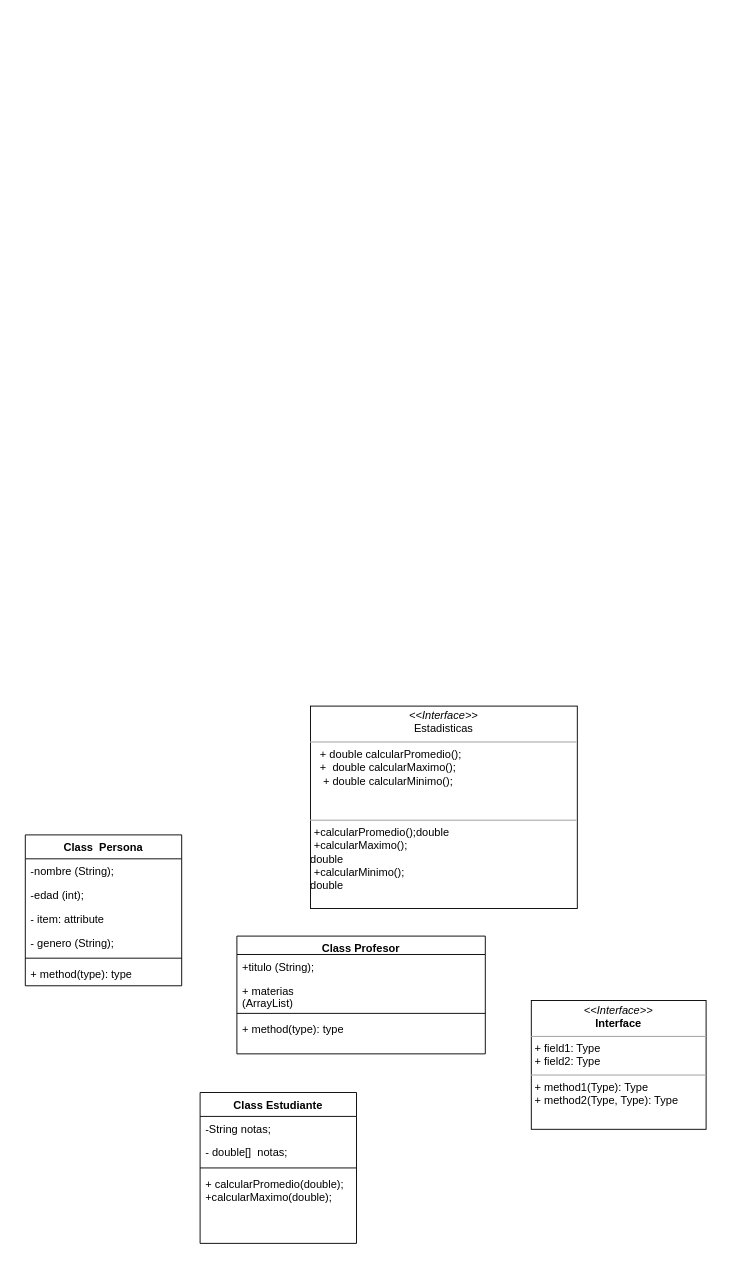
This is Diagrama sin título.drawio from Mariayey12/EjercicioPOOInterfaces, a draw.io file, before an edit. Source tidied: cells renumbered, new cells numbered last; positions are measured from the earlier drawing's top-left corner, leaving out a move shared by most shapes. Both pictures are drawn from the tidied source at 92%, with x=0, y=0 at pixel (25, 706).
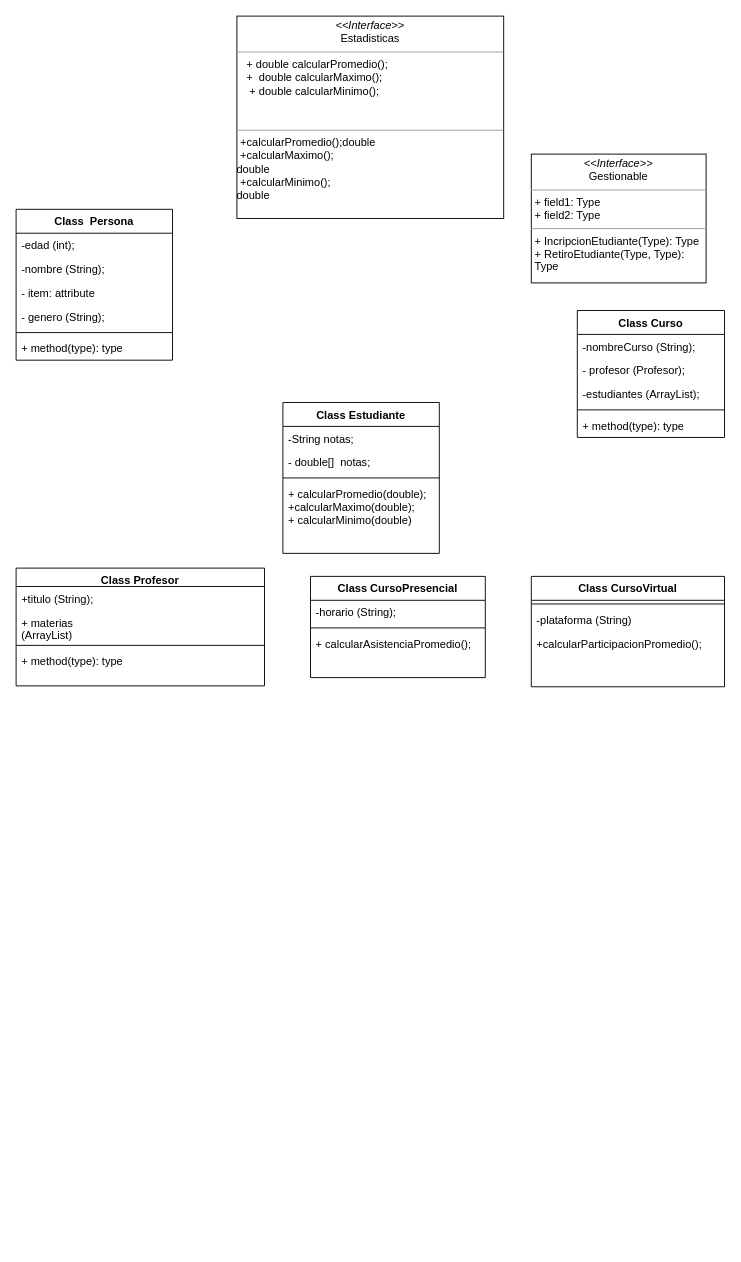
Above is the later version.

Diff of the diagram source:
```diff
@@
     <mxCell id="2" value="&lt;p style=&quot;margin:0px;margin-top:4px;text-align:center;&quot;&gt;&lt;i&gt;&amp;lt;&amp;lt;Interface&amp;gt;&amp;gt;&lt;/i&gt;&lt;br&gt;Estadisticas&lt;br&gt;&lt;/p&gt;&lt;hr size=&quot;1&quot;&gt;&lt;p style=&quot;margin:0px;margin-left:4px;&quot;&gt;&amp;nbsp; + double calcularPromedio();&lt;/p&gt;&lt;p style=&quot;margin:0px;margin-left:4px;&quot;&gt;&amp;nbsp; +&amp;nbsp; double calcularMaximo();&lt;/p&gt;&lt;p style=&quot;margin:0px;margin-left:4px;&quot;&gt;&amp;nbsp; &amp;nbsp;+ double calcularMinimo();&lt;/p&gt;&lt;div&gt;&lt;br&gt;&lt;/div&gt;&lt;p style=&quot;margin:0px;margin-left:4px;&quot;&gt;&lt;br&gt;&lt;/p&gt;&lt;hr size=&quot;1&quot;&gt;&lt;p style=&quot;margin:0px;margin-left:4px;&quot;&gt;+calcularPromedio();double&lt;br&gt;+calcularMaximo();&lt;/p&gt;double&lt;p style=&quot;margin:0px;margin-left:4px;&quot;&gt;&lt;span style=&quot;background-color: initial;&quot;&gt;+calcularMinimo();&lt;/span&gt;&lt;/p&gt;double" style="verticalAlign=top;align=left;overflow=fill;fontSize=12;fontFamily=Helvetica;html=1;whiteSpace=wrap;" parent="1" vertex="1">
-      <mxGeometry x="310" width="290" height="220" as="geometry" />
+      <mxGeometry x="230" y="-750" width="290" height="220" as="geometry" />
     </mxCell>
-    <mxCell id="3" value="&lt;p style=&quot;margin:0px;margin-top:4px;text-align:center;&quot;&gt;&lt;i&gt;&amp;lt;&amp;lt;Interface&amp;gt;&amp;gt;&lt;/i&gt;&lt;br/&gt;&lt;b&gt;Interface&lt;/b&gt;&lt;/p&gt;&lt;hr size=&quot;1&quot;/&gt;&lt;p style=&quot;margin:0px;margin-left:4px;&quot;&gt;+ field1: Type&lt;br/&gt;+ field2: Type&lt;/p&gt;&lt;hr size=&quot;1&quot;/&gt;&lt;p style=&quot;margin:0px;margin-left:4px;&quot;&gt;+ method1(Type): Type&lt;br/&gt;+ method2(Type, Type): Type&lt;/p&gt;" style="verticalAlign=top;align=left;overflow=fill;fontSize=12;fontFamily=Helvetica;html=1;whiteSpace=wrap;" parent="1" vertex="1">
-      <mxGeometry x="550" y="320" width="190" height="140" as="geometry" />
-    </mxCell>
     <mxCell id="4" value="Class&amp;nbsp; Persona" style="swimlane;fontStyle=1;align=center;verticalAlign=top;horizontal=1;startSize=26;whiteSpace=wrap;html=1;" parent="1" vertex="1">
-      <mxGeometry y="140" width="170" height="164" as="geometry" />
+      <mxGeometry x="-10" y="-540" width="170" height="164" as="geometry" />
     </mxCell>
+    <mxCell id="6" value="-edad (int);" style="text;strokeColor=none;fillColor=none;align=left;verticalAlign=top;spacingLeft=4;spacingRight=4;overflow=hidden;whiteSpace=wrap;html=1;" parent="4" vertex="1">
+      <mxGeometry y="26" width="170" height="26" as="geometry" />
+    </mxCell>
     <mxCell id="5" value="-nombre (String);" style="text;strokeColor=none;fillColor=none;align=left;verticalAlign=top;spacingLeft=4;spacingRight=4;overflow=hidden;whiteSpace=wrap;html=1;" parent="4" vertex="1">
-      <mxGeometry y="26" width="170" height="26" as="geometry" />
+      <mxGeometry y="52" width="170" height="26" as="geometry" />
     </mxCell>
-    <mxCell id="6" value="-edad (int);" style="text;strokeColor=none;fillColor=none;align=left;verticalAlign=top;spacingLeft=4;spacingRight=4;overflow=hidden;whiteSpace=wrap;html=1;" parent="4" vertex="1">
-      <mxGeometry y="52" width="170" height="26" as="geometry" />
-    </mxCell>
@@
     <mxCell id="11" value="Class&amp;nbsp;Estudiante" style="swimlane;fontStyle=1;align=center;verticalAlign=top;horizontal=1;startSize=26;whiteSpace=wrap;html=1;" parent="1" vertex="1">
-      <mxGeometry x="190" y="420" width="170" height="164" as="geometry" />
+      <mxGeometry x="280" y="-330" width="170" height="164" as="geometry" />
     </mxCell>
@@
-    <mxCell id="15" value="+ calcularPromedio(double);&lt;br&gt;+calcularMaximo(double);" style="text;strokeColor=none;fillColor=none;align=left;verticalAlign=top;spacingLeft=4;spacingRight=4;overflow=hidden;whiteSpace=wrap;html=1;" parent="11" vertex="1">
+    <mxCell id="15" value="+ calcularPromedio(double);&lt;br&gt;+calcularMaximo(double);&lt;br&gt;+&amp;nbsp;calcularMinimo(double)&amp;nbsp;" style="text;strokeColor=none;fillColor=none;align=left;verticalAlign=top;spacingLeft=4;spacingRight=4;overflow=hidden;whiteSpace=wrap;html=1;" parent="11" vertex="1">
       <mxGeometry y="86" width="170" height="78" as="geometry" />
     </mxCell>
     <mxCell id="16" value="Class&amp;nbsp;Profesor" style="swimlane;fontStyle=1;align=center;verticalAlign=top;horizontal=1;startSize=20;whiteSpace=wrap;html=1;" parent="1" vertex="1">
-      <mxGeometry x="230" y="250" width="270" height="128" as="geometry" />
+      <mxGeometry x="-10" y="-150" width="270" height="128" as="geometry" />
     </mxCell>
@@
+    <mxCell id="21" value="Class&amp;nbsp;Curso" style="swimlane;fontStyle=1;align=center;verticalAlign=top;horizontal=1;startSize=26;whiteSpace=wrap;html=1;" parent="1" vertex="1">
+      <mxGeometry x="600" y="-430" width="160" height="138" as="geometry" />
+    </mxCell>
+    <mxCell id="22" value="-nombreCurso (String);&lt;br&gt;" style="text;strokeColor=none;fillColor=none;align=left;verticalAlign=top;spacingLeft=4;spacingRight=4;overflow=hidden;whiteSpace=wrap;html=1;" parent="21" vertex="1">
+      <mxGeometry y="26" width="160" height="26" as="geometry" />
+    </mxCell>
+    <mxCell id="23" value="-&amp;nbsp;profesor (Profesor);" style="text;strokeColor=none;fillColor=none;align=left;verticalAlign=top;spacingLeft=4;spacingRight=4;overflow=hidden;whiteSpace=wrap;html=1;" parent="21" vertex="1">
+      <mxGeometry y="52" width="160" height="26" as="geometry" />
+    </mxCell>
+    <mxCell id="24" value="-estudiantes (ArrayList);" style="text;strokeColor=none;fillColor=none;align=left;verticalAlign=top;spacingLeft=4;spacingRight=4;overflow=hidden;whiteSpace=wrap;html=1;" parent="21" vertex="1">
+      <mxGeometry y="78" width="160" height="26" as="geometry" />
+    </mxCell>
+    <mxCell id="25" style="line;strokeWidth=1;fillColor=none;align=left;verticalAlign=middle;spacingTop=-1;spacingLeft=3;spacingRight=3;labelPosition=right;strokeColor=inherit;" parent="21" vertex="1">
+      <mxGeometry y="104" width="160" height="8" as="geometry" />
+    </mxCell>
+    <mxCell id="26" value="+ method(type): type" style="text;strokeColor=none;fillColor=none;align=left;verticalAlign=top;spacingLeft=4;spacingRight=4;overflow=hidden;whiteSpace=wrap;html=1;" parent="21" vertex="1">
+      <mxGeometry y="112" width="160" height="26" as="geometry" />
+    </mxCell>
+    <mxCell id="27" value="Class CursoPresencial" style="swimlane;fontStyle=1;align=center;verticalAlign=top;horizontal=1;startSize=26;whiteSpace=wrap;html=1;" parent="1" vertex="1">
+      <mxGeometry x="310" y="-141" width="190" height="110" as="geometry" />
+    </mxCell>
+    <mxCell id="28" value="-horario (String);&lt;br&gt;" style="text;strokeColor=none;fillColor=none;align=left;verticalAlign=top;spacingLeft=4;spacingRight=4;overflow=hidden;whiteSpace=wrap;html=1;" parent="27" vertex="1">
+      <mxGeometry y="26" width="190" height="26" as="geometry" />
+    </mxCell>
+    <mxCell id="29" style="line;strokeWidth=1;fillColor=none;align=left;verticalAlign=middle;spacingTop=-1;spacingLeft=3;spacingRight=3;labelPosition=right;strokeColor=inherit;" parent="27" vertex="1">
+      <mxGeometry y="52" width="190" height="8" as="geometry" />
+    </mxCell>
+    <mxCell id="30" value="+&amp;nbsp;calcularAsistenciaPromedio();" style="text;strokeColor=none;fillColor=none;align=left;verticalAlign=top;spacingLeft=4;spacingRight=4;overflow=hidden;whiteSpace=wrap;html=1;" parent="27" vertex="1">
+      <mxGeometry y="60" width="190" height="50" as="geometry" />
+    </mxCell>
+    <mxCell id="31" value="Class CursoVirtual" style="swimlane;fontStyle=1;align=center;verticalAlign=top;horizontal=1;startSize=26;whiteSpace=wrap;html=1;" parent="1" vertex="1">
+      <mxGeometry x="550" y="-141" width="210" height="120" as="geometry" />
+    </mxCell>
+    <mxCell id="32" style="line;strokeWidth=1;fillColor=none;align=left;verticalAlign=middle;spacingTop=-1;spacingLeft=3;spacingRight=3;labelPosition=right;strokeColor=inherit;" parent="31" vertex="1">
+      <mxGeometry y="26" width="210" height="8" as="geometry" />
+    </mxCell>
+    <mxCell id="33" value="-plataforma (String)" style="text;strokeColor=none;fillColor=none;align=left;verticalAlign=top;spacingLeft=4;spacingRight=4;overflow=hidden;whiteSpace=wrap;html=1;" parent="31" vertex="1">
+      <mxGeometry y="34" width="210" height="26" as="geometry" />
+    </mxCell>
+    <mxCell id="34" value="+calcularParticipacionPromedio();" style="text;strokeColor=none;fillColor=none;align=left;verticalAlign=top;spacingLeft=4;spacingRight=4;overflow=hidden;whiteSpace=wrap;html=1;" parent="31" vertex="1">
+      <mxGeometry y="60" width="210" height="60" as="geometry" />
+    </mxCell>
+    <mxCell id="35" value="&lt;p style=&quot;margin:0px;margin-top:4px;text-align:center;&quot;&gt;&lt;i&gt;&amp;lt;&amp;lt;Interface&amp;gt;&amp;gt;&lt;/i&gt;&lt;br&gt;Gestionable&lt;br&gt;&lt;/p&gt;&lt;hr size=&quot;1&quot;&gt;&lt;p style=&quot;margin:0px;margin-left:4px;&quot;&gt;+ field1: Type&lt;br&gt;+ field2: Type&lt;/p&gt;&lt;hr size=&quot;1&quot;&gt;&lt;p style=&quot;margin:0px;margin-left:4px;&quot;&gt;+ IncripcionEtudiante(Type): Type&lt;br&gt;+ RetiroEtudiante(Type, Type): Type&lt;/p&gt;" style="verticalAlign=top;align=left;overflow=fill;fontSize=12;fontFamily=Helvetica;html=1;whiteSpace=wrap;" parent="1" vertex="1">
+      <mxGeometry x="550" y="-600" width="190" height="140" as="geometry" />
+    </mxCell>
```
